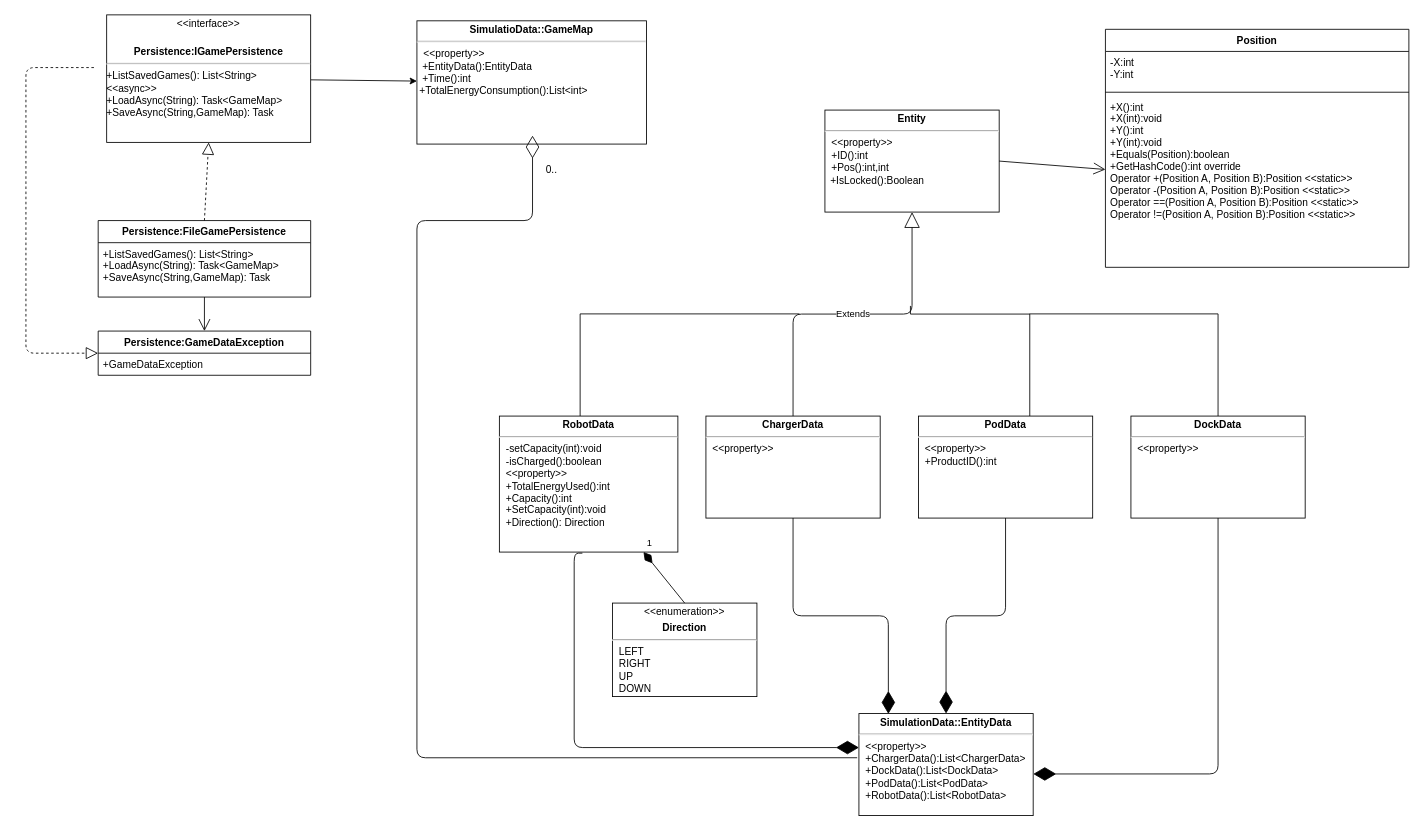
Above: documents/uml/Persistence.drawio in Toncsimoncsi/Inventory-Management-System (draw.io), before the change. Source tidied: cells renumbered, new cells numbered last; positions are measured from the earlier drawing's top-left corner, leaving out a move shared by most shapes. Both pictures are drawn from the tidied source at 85%, with x=0, y=0 at pixel (26, 14).
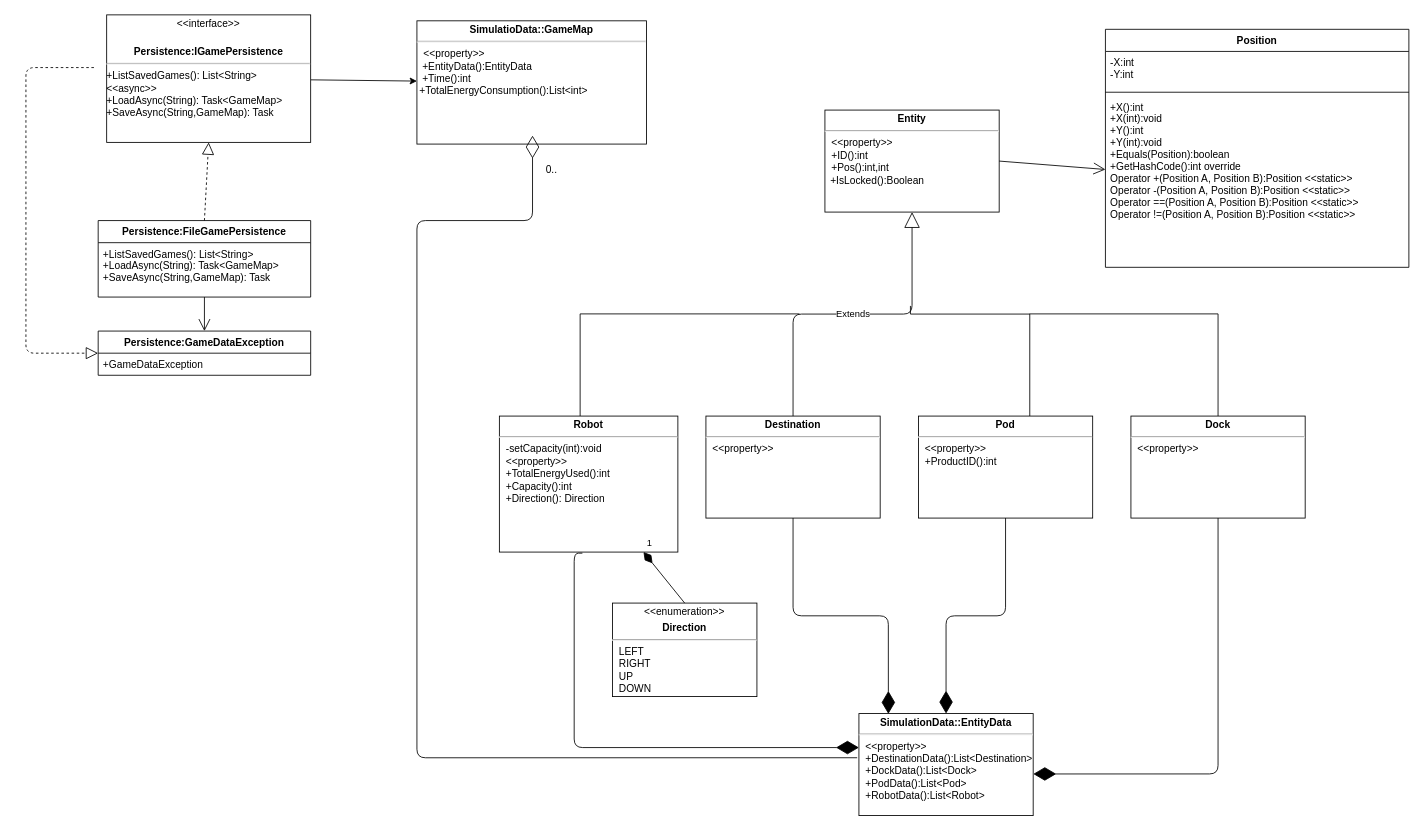
The same page after the edit.

Diff of the diagram source:
```diff
@@
-    <mxCell id="8" value="&lt;p style=&quot;margin: 4px 0px 0px ; text-align: center&quot;&gt;&lt;b&gt;SimulationData::EntityData&lt;/b&gt;&lt;/p&gt;&lt;hr&gt;&lt;p style=&quot;margin: 0px ; margin-left: 8px&quot;&gt;&amp;lt;&amp;lt;property&amp;gt;&amp;gt;&lt;br&gt;&lt;/p&gt;&lt;p style=&quot;margin: 0px ; margin-left: 8px&quot;&gt;+ChargerData():List&amp;lt;ChargerData&amp;gt;&lt;/p&gt;&lt;p style=&quot;margin: 0px ; margin-left: 8px&quot;&gt;+DockData():List&amp;lt;DockData&amp;gt;&lt;/p&gt;&lt;p style=&quot;margin: 0px ; margin-left: 8px&quot;&gt;+PodData():List&amp;lt;PodData&amp;gt;&lt;/p&gt;&lt;p style=&quot;margin: 0px ; margin-left: 8px&quot;&gt;+RobotData():List&amp;lt;RobotData&amp;gt;&lt;/p&gt;" style="verticalAlign=top;align=left;overflow=fill;fontSize=12;fontFamily=Helvetica;html=1;fontStyle=0;" parent="1" vertex="1">
+    <mxCell id="8" value="&lt;p style=&quot;margin: 4px 0px 0px ; text-align: center&quot;&gt;&lt;b&gt;SimulationData::EntityData&lt;/b&gt;&lt;/p&gt;&lt;hr&gt;&lt;p style=&quot;margin: 0px ; margin-left: 8px&quot;&gt;&amp;lt;&amp;lt;property&amp;gt;&amp;gt;&lt;br&gt;&lt;/p&gt;&lt;p style=&quot;margin: 0px ; margin-left: 8px&quot;&gt;+DestinationData():List&amp;lt;Destination&amp;gt;&lt;/p&gt;&lt;p style=&quot;margin: 0px ; margin-left: 8px&quot;&gt;+DockData():List&amp;lt;Dock&amp;gt;&lt;/p&gt;&lt;p style=&quot;margin: 0px ; margin-left: 8px&quot;&gt;+PodData():List&amp;lt;Pod&amp;gt;&lt;/p&gt;&lt;p style=&quot;margin: 0px ; margin-left: 8px&quot;&gt;+RobotData():List&amp;lt;Robot&amp;gt;&lt;/p&gt;" style="verticalAlign=top;align=left;overflow=fill;fontSize=12;fontFamily=Helvetica;html=1;fontStyle=0;" parent="1" vertex="1">
       <mxGeometry x="980" y="822" width="205" height="120" as="geometry" />
     </mxCell>
-    <mxCell id="9" value="&lt;p style=&quot;margin: 4px 0px 0px; text-align: center;&quot;&gt;&lt;b&gt;ChargerData&lt;/b&gt;&lt;br&gt;&lt;/p&gt;&lt;hr&gt;&lt;p style=&quot;margin: 0px ; margin-left: 8px&quot;&gt;&amp;lt;&amp;lt;property&amp;gt;&amp;gt;&lt;br&gt;&lt;/p&gt;&lt;div&gt;&lt;br&gt;&lt;/div&gt;" style="verticalAlign=top;align=left;overflow=fill;fontSize=12;fontFamily=Helvetica;html=1;fontStyle=0;" parent="1" vertex="1">
+    <mxCell id="9" value="&lt;p style=&quot;margin: 4px 0px 0px ; text-align: center&quot;&gt;&lt;b&gt;Destination&lt;/b&gt;&lt;br&gt;&lt;/p&gt;&lt;hr&gt;&lt;p style=&quot;margin: 0px ; margin-left: 8px&quot;&gt;&amp;lt;&amp;lt;property&amp;gt;&amp;gt;&lt;br&gt;&lt;/p&gt;&lt;div&gt;&lt;br&gt;&lt;/div&gt;" style="verticalAlign=top;align=left;overflow=fill;fontSize=12;fontFamily=Helvetica;html=1;fontStyle=0;" parent="1" vertex="1">
       <mxGeometry x="800" y="472" width="205" height="120" as="geometry" />
     </mxCell>
@@
-    <mxCell id="11" value="&lt;p style=&quot;margin: 4px 0px 0px; text-align: center;&quot;&gt;&lt;b&gt;DockData&lt;/b&gt;&lt;br&gt;&lt;/p&gt;&lt;hr&gt;&lt;p style=&quot;margin: 0px ; margin-left: 8px&quot;&gt;&amp;lt;&amp;lt;property&amp;gt;&amp;gt;&lt;br&gt;&lt;/p&gt;" style="verticalAlign=top;align=left;overflow=fill;fontSize=12;fontFamily=Helvetica;html=1;fontStyle=0;" parent="1" vertex="1">
+    <mxCell id="11" value="&lt;p style=&quot;margin: 4px 0px 0px ; text-align: center&quot;&gt;&lt;b&gt;Dock&lt;/b&gt;&lt;/p&gt;&lt;hr&gt;&lt;p style=&quot;margin: 0px ; margin-left: 8px&quot;&gt;&amp;lt;&amp;lt;property&amp;gt;&amp;gt;&lt;br&gt;&lt;/p&gt;" style="verticalAlign=top;align=left;overflow=fill;fontSize=12;fontFamily=Helvetica;html=1;fontStyle=0;" parent="1" vertex="1">
       <mxGeometry x="1300" y="472" width="205" height="120" as="geometry" />
     </mxCell>
@@
-    <mxCell id="13" value="&lt;p style=&quot;margin: 4px 0px 0px; text-align: center;&quot;&gt;&lt;b&gt;PodData&lt;/b&gt;&lt;br&gt;&lt;/p&gt;&lt;hr&gt;&lt;p style=&quot;margin: 0px ; margin-left: 8px&quot;&gt;&amp;lt;&amp;lt;property&amp;gt;&amp;gt;&lt;/p&gt;&lt;p style=&quot;margin: 0px ; margin-left: 8px&quot;&gt;+ProductID():int&lt;br&gt;&lt;/p&gt;" style="verticalAlign=top;align=left;overflow=fill;fontSize=12;fontFamily=Helvetica;html=1;fontStyle=0;" parent="1" vertex="1">
+    <mxCell id="13" value="&lt;p style=&quot;margin: 4px 0px 0px ; text-align: center&quot;&gt;&lt;b&gt;Pod&lt;/b&gt;&lt;/p&gt;&lt;hr&gt;&lt;p style=&quot;margin: 0px ; margin-left: 8px&quot;&gt;&amp;lt;&amp;lt;property&amp;gt;&amp;gt;&lt;/p&gt;&lt;p style=&quot;margin: 0px ; margin-left: 8px&quot;&gt;+ProductID():int&lt;br&gt;&lt;/p&gt;" style="verticalAlign=top;align=left;overflow=fill;fontSize=12;fontFamily=Helvetica;html=1;fontStyle=0;" parent="1" vertex="1">
       <mxGeometry x="1050" y="472" width="205" height="120" as="geometry" />
     </mxCell>
@@
-    <mxCell id="15" value="&lt;p style=&quot;margin: 4px 0px 0px ; text-align: center&quot;&gt;&lt;b&gt;RobotData&lt;/b&gt;&lt;br&gt;&lt;/p&gt;&lt;hr&gt;&lt;p style=&quot;margin: 0px ; margin-left: 8px&quot;&gt;-setCapacity(int):void&lt;/p&gt;&lt;p style=&quot;margin: 0px ; margin-left: 8px&quot;&gt;-isCharged():boolean&lt;/p&gt;&lt;p style=&quot;margin: 0px ; margin-left: 8px&quot;&gt;&amp;lt;&amp;lt;property&amp;gt;&amp;gt;&lt;/p&gt;&lt;p style=&quot;margin: 0px ; margin-left: 8px&quot;&gt;+TotalEnergyUsed():int&lt;br&gt;&lt;/p&gt;&lt;p style=&quot;margin: 0px ; margin-left: 8px&quot;&gt;+Capacity():int&lt;/p&gt;&lt;p style=&quot;margin: 0px ; margin-left: 8px&quot;&gt;+SetCapacity(int):void&lt;/p&gt;&lt;p style=&quot;margin: 0px ; margin-left: 8px&quot;&gt;+Direction(): Direction&lt;br&gt;&lt;/p&gt;" style="verticalAlign=top;align=left;overflow=fill;fontSize=12;fontFamily=Helvetica;html=1;fontStyle=0;" parent="1" vertex="1">
+    <mxCell id="15" value="&lt;p style=&quot;margin: 4px 0px 0px ; text-align: center&quot;&gt;&lt;b&gt;Robot&lt;/b&gt;&lt;br&gt;&lt;/p&gt;&lt;hr&gt;&lt;p style=&quot;margin: 0px ; margin-left: 8px&quot;&gt;-setCapacity(int):void&lt;/p&gt;&lt;p style=&quot;margin: 0px ; margin-left: 8px&quot;&gt;&amp;lt;&amp;lt;property&amp;gt;&amp;gt;&lt;/p&gt;&lt;p style=&quot;margin: 0px ; margin-left: 8px&quot;&gt;+TotalEnergyUsed():int&lt;br&gt;&lt;/p&gt;&lt;p style=&quot;margin: 0px ; margin-left: 8px&quot;&gt;+Capacity():int&lt;/p&gt;&lt;p style=&quot;margin: 0px ; margin-left: 8px&quot;&gt;+Direction(): Direction&lt;br&gt;&lt;/p&gt;" style="verticalAlign=top;align=left;overflow=fill;fontSize=12;fontFamily=Helvetica;html=1;fontStyle=0;" parent="1" vertex="1">
       <mxGeometry x="557" y="472" width="210" height="160" as="geometry" />
     </mxCell>
```
